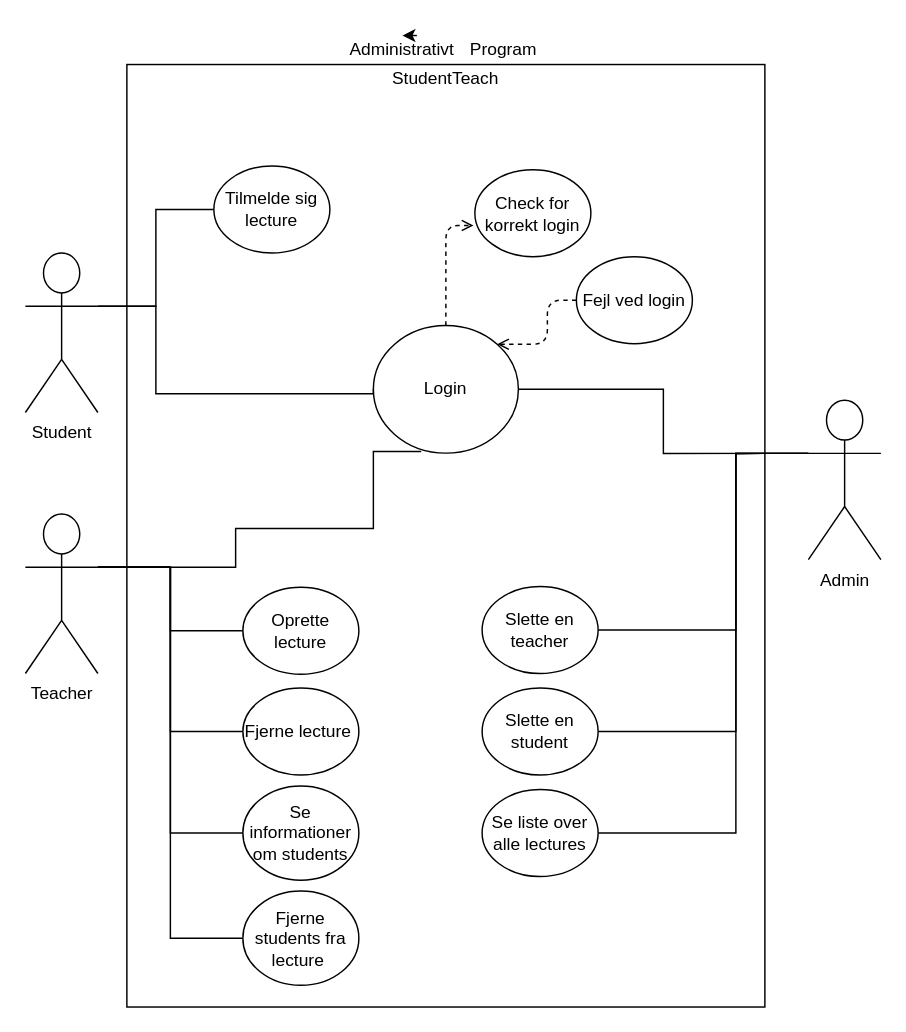
Earlier version of the draw.io diagram Andet/Use case diagram.drawio (Niklas107/Gruppeprojekt-1). Source tidied: cells renumbered, new cells numbered last; positions are measured from the earlier drawing's top-left corner, leaving out a move shared by most shapes. Both pictures are drawn from the tidied source at 145%, with x=0, y=0 at pixel (25, 35).
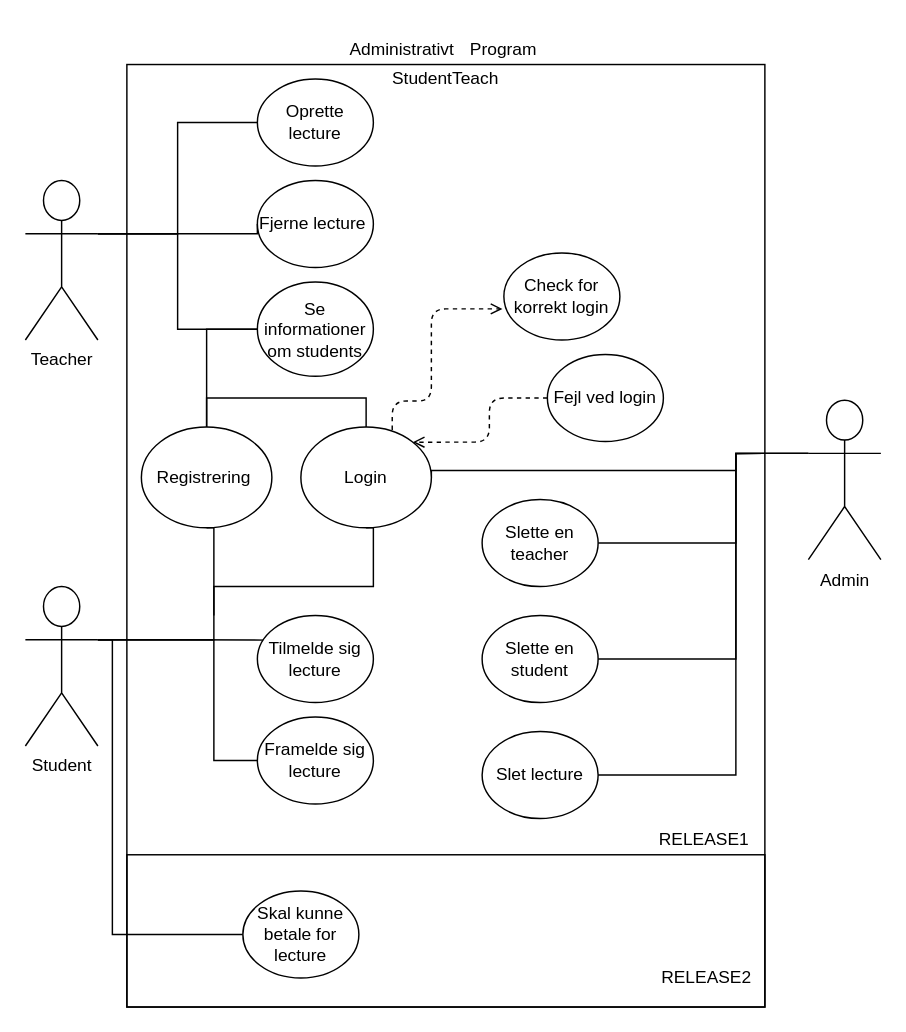
The same diagram, later.

The change refers to these unchanged cells:
```xml
<mxCell id="3" value="Administrativt" style="text;html=1;strokeColor=none;fillColor=none;align=center;verticalAlign=middle;whiteSpace=wrap;rounded=0;" parent="1" vertex="1">
  <mxGeometry x="240" width="40" height="20" as="geometry" />
</mxCell>
<mxCell id="20" value="Admin" style="shape=umlActor;verticalLabelPosition=bottom;labelBackgroundColor=#ffffff;verticalAlign=top;html=1;outlineConnect=0;" parent="1" vertex="1">
  <mxGeometry x="540" y="251.5" width="50" height="110" as="geometry" />
</mxCell>
```

What changed in the source:
```diff
@@
-    <mxCell id="6" style="edgeStyle=orthogonalEdgeStyle;rounded=0;orthogonalLoop=1;jettySize=auto;html=1;exitX=0.75;exitY=0;exitDx=0;exitDy=0;entryX=0.5;entryY=0;entryDx=0;entryDy=0;" parent="1" edge="1" source="3" target="3">
-      <mxGeometry relative="1" as="geometry" />
-    </mxCell>
-    <mxCell id="7" style="edgeStyle=orthogonalEdgeStyle;rounded=0;jettySize=auto;html=1;exitX=1;exitY=0.3333333333333333;exitDx=0;exitDy=0;exitPerimeter=0;endArrow=none;endFill=0;entryX=0;entryY=0.5;entryDx=0;entryDy=0;" parent="1" edge="1" source="9" target="22">
-      <mxGeometry relative="1" as="geometry">
-        <Array as="points">
-          <mxPoint x="90" y="187" />
-          <mxPoint x="90" y="247" />
-        </Array>
-      </mxGeometry>
-    </mxCell>
-    <mxCell id="8" style="edgeStyle=orthogonalEdgeStyle;rounded=0;jettySize=auto;html=1;exitX=1;exitY=0.3333333333333333;exitDx=0;exitDy=0;exitPerimeter=0;entryX=0;entryY=0.5;entryDx=0;entryDy=0;endArrow=none;endFill=0;" parent="1" edge="1" source="9" target="23">
+    <mxCell id="8" style="edgeStyle=orthogonalEdgeStyle;rounded=0;jettySize=auto;html=1;exitX=1;exitY=0.3333333333333333;exitDx=0;exitDy=0;exitPerimeter=0;entryX=0.075;entryY=0.283;entryDx=0;entryDy=0;endArrow=none;endFill=0;strokeColor=#000000;entryPerimeter=0;" parent="1" edge="1" source="9" target="23">
       <mxGeometry relative="1" as="geometry" />
     </mxCell>
+    <mxCell id="34" style="edgeStyle=orthogonalEdgeStyle;rounded=0;jettySize=auto;html=1;exitX=1;exitY=0.3333333333333333;exitDx=0;exitDy=0;exitPerimeter=0;entryX=0;entryY=0.5;entryDx=0;entryDy=0;endArrow=none;endFill=0;strokeColor=#000000;" parent="1" edge="1" source="9" target="42">
+      <mxGeometry relative="1" as="geometry">
+        <Array as="points">
+          <mxPoint x="130" y="417" />
+          <mxPoint x="130" y="500" />
+        </Array>
+      </mxGeometry>
+    </mxCell>
+    <mxCell id="35" style="edgeStyle=orthogonalEdgeStyle;rounded=0;jettySize=auto;html=1;exitX=1;exitY=0.3333333333333333;exitDx=0;exitDy=0;exitPerimeter=0;entryX=0;entryY=0.5;entryDx=0;entryDy=0;endArrow=none;endFill=0;strokeColor=#000000;" parent="1" edge="1" source="9" target="48">
+      <mxGeometry relative="1" as="geometry">
+        <Array as="points">
+          <mxPoint x="60" y="417" />
+          <mxPoint x="60" y="620" />
+        </Array>
+      </mxGeometry>
+    </mxCell>
     <mxCell id="9" value="Student" style="shape=umlActor;verticalLabelPosition=bottom;labelBackgroundColor=#ffffff;verticalAlign=top;html=1;outlineConnect=0;" parent="1" vertex="1">
-      <mxGeometry y="150" width="50" height="110" as="geometry" />
+      <mxGeometry y="380" width="50" height="110" as="geometry" />
     </mxCell>
-    <mxCell id="10" style="edgeStyle=orthogonalEdgeStyle;rounded=0;jettySize=auto;html=1;exitX=1;exitY=0.3333333333333333;exitDx=0;exitDy=0;exitPerimeter=0;entryX=0.33;entryY=0.988;entryDx=0;entryDy=0;endArrow=none;endFill=0;entryPerimeter=0;" parent="1" edge="1" source="15" target="22">
-      <mxGeometry relative="1" as="geometry">
-        <Array as="points">
-          <mxPoint x="145" y="367" />
-          <mxPoint x="145" y="340" />
-          <mxPoint x="240" y="340" />
-          <mxPoint x="240" y="287" />
-        </Array>
-      </mxGeometry>
-    </mxCell>
-    <mxCell id="11" style="edgeStyle=orthogonalEdgeStyle;rounded=0;jettySize=auto;html=1;exitX=1;exitY=0.3333333333333333;exitDx=0;exitDy=0;exitPerimeter=0;entryX=0;entryY=0.5;entryDx=0;entryDy=0;endArrow=none;endFill=0;" parent="1" edge="1" source="15" target="24">
-      <mxGeometry relative="1" as="geometry" />
-    </mxCell>
-    <mxCell id="12" style="edgeStyle=orthogonalEdgeStyle;rounded=0;jettySize=auto;html=1;exitX=1;exitY=0.3333333333333333;exitDx=0;exitDy=0;exitPerimeter=0;entryX=0;entryY=0.5;entryDx=0;entryDy=0;endArrow=none;endFill=0;" parent="1" edge="1" source="15" target="25">
-      <mxGeometry relative="1" as="geometry" />
-    </mxCell>
-    <mxCell id="13" style="edgeStyle=orthogonalEdgeStyle;rounded=0;jettySize=auto;html=1;exitX=1;exitY=0.3333333333333333;exitDx=0;exitDy=0;exitPerimeter=0;entryX=0;entryY=0.5;entryDx=0;entryDy=0;endArrow=none;endFill=0;" parent="1" edge="1" source="15" target="28">
-      <mxGeometry relative="1" as="geometry" />
-    </mxCell>
-    <mxCell id="14" style="edgeStyle=orthogonalEdgeStyle;rounded=0;jettySize=auto;html=1;exitX=1;exitY=0.3333333333333333;exitDx=0;exitDy=0;exitPerimeter=0;entryX=0;entryY=0.5;entryDx=0;entryDy=0;endArrow=none;endFill=0;" parent="1" edge="1" source="15" target="27">
-      <mxGeometry relative="1" as="geometry" />
-    </mxCell>
     <mxCell id="15" value="Teacher" style="shape=umlActor;verticalLabelPosition=bottom;labelBackgroundColor=#ffffff;verticalAlign=top;html=1;outlineConnect=0;" parent="1" vertex="1">
-      <mxGeometry y="330" width="50" height="110" as="geometry" />
+      <mxGeometry y="100" width="50" height="110" as="geometry" />
     </mxCell>
-    <mxCell id="16" style="edgeStyle=orthogonalEdgeStyle;rounded=0;jettySize=auto;html=1;exitX=0;exitY=0.3333333333333333;exitDx=0;exitDy=0;exitPerimeter=0;entryX=1;entryY=0.5;entryDx=0;entryDy=0;endArrow=none;endFill=0;" parent="1" edge="1" source="20" target="22">
-      <mxGeometry relative="1" as="geometry" />
-    </mxCell>
     <mxCell id="17" style="edgeStyle=orthogonalEdgeStyle;rounded=0;jettySize=auto;html=1;exitX=0;exitY=0.3333333333333333;exitDx=0;exitDy=0;exitPerimeter=0;entryX=1;entryY=0.5;entryDx=0;entryDy=0;endArrow=none;endFill=0;" parent="1" edge="1" source="20" target="26">
       <mxGeometry relative="1" as="geometry">
         <Array as="points">
           <mxPoint x="490" y="288" />
-          <mxPoint x="490" y="410" />
+          <mxPoint x="490" y="350" />
         </Array>
       </mxGeometry>
     </mxCell>
     <mxCell id="18" style="edgeStyle=orthogonalEdgeStyle;rounded=0;jettySize=auto;html=1;exitX=0;exitY=0.3333333333333333;exitDx=0;exitDy=0;exitPerimeter=0;entryX=1;entryY=0.5;entryDx=0;entryDy=0;endArrow=none;endFill=0;" parent="1" edge="1" source="20" target="29">
       <mxGeometry relative="1" as="geometry">
         <Array as="points">
           <mxPoint x="490" y="288" />
-          <mxPoint x="490" y="480" />
+          <mxPoint x="490" y="430" />
         </Array>
       </mxGeometry>
     </mxCell>
     <mxCell id="19" style="edgeStyle=orthogonalEdgeStyle;rounded=0;jettySize=auto;html=1;exitX=0;exitY=0.3333333333333333;exitDx=0;exitDy=0;exitPerimeter=0;entryX=1;entryY=0.5;entryDx=0;entryDy=0;endArrow=none;endFill=0;" parent="1" edge="1" source="20" target="30">
       <mxGeometry relative="1" as="geometry">
         <Array as="points">
           <mxPoint x="490" y="288" />
-          <mxPoint x="490" y="550" />
+          <mxPoint x="490" y="510" />
         </Array>
       </mxGeometry>
     </mxCell>
@@
-    <mxCell id="21" style="edgeStyle=orthogonalEdgeStyle;jettySize=auto;html=1;exitX=0.5;exitY=0;exitDx=0;exitDy=0;entryX=-0.012;entryY=0.642;entryDx=0;entryDy=0;entryPerimeter=0;endArrow=open;endFill=0;strokeColor=#000000;rounded=1;dashed=1;" parent="1" edge="1" source="22" target="31">
-      <mxGeometry relative="1" as="geometry" />
+    <mxCell id="21" style="edgeStyle=orthogonalEdgeStyle;jettySize=auto;html=1;exitX=0.7;exitY=0.029;exitDx=0;exitDy=0;entryX=-0.012;entryY=0.642;entryDx=0;entryDy=0;entryPerimeter=0;endArrow=open;endFill=0;strokeColor=#000000;rounded=1;dashed=1;exitPerimeter=0;" parent="1" edge="1" source="22" target="31">
+      <mxGeometry relative="1" as="geometry">
+        <Array as="points">
+          <mxPoint x="253" y="252" />
+          <mxPoint x="280" y="252" />
+          <mxPoint x="280" y="189" />
+        </Array>
+      </mxGeometry>
     </mxCell>
+    <mxCell id="36" style="edgeStyle=orthogonalEdgeStyle;rounded=0;jettySize=auto;html=1;exitX=1;exitY=0.5;exitDx=0;exitDy=0;endArrow=none;endFill=0;strokeColor=#000000;" parent="1" edge="1" source="22">
+      <mxGeometry relative="1" as="geometry">
+        <mxPoint x="490" y="290" as="targetPoint" />
+        <Array as="points">
+          <mxPoint x="280" y="300" />
+          <mxPoint x="490" y="300" />
+        </Array>
+      </mxGeometry>
+    </mxCell>
+    <mxCell id="37" style="edgeStyle=orthogonalEdgeStyle;rounded=0;jettySize=auto;html=1;exitX=0.5;exitY=1;exitDx=0;exitDy=0;entryX=1;entryY=0.3333333333333333;entryDx=0;entryDy=0;entryPerimeter=0;endArrow=none;endFill=0;strokeColor=#000000;" parent="1" edge="1" source="22" target="9">
+      <mxGeometry relative="1" as="geometry">
+        <Array as="points">
+          <mxPoint x="240" y="380" />
+          <mxPoint x="130" y="380" />
+          <mxPoint x="130" y="417" />
+        </Array>
+      </mxGeometry>
+    </mxCell>
+    <mxCell id="38" style="edgeStyle=orthogonalEdgeStyle;rounded=0;jettySize=auto;html=1;exitX=0.5;exitY=0;exitDx=0;exitDy=0;entryX=0.5;entryY=0;entryDx=0;entryDy=0;endArrow=none;endFill=0;strokeColor=#000000;" parent="1" edge="1" source="22" target="45">
+      <mxGeometry relative="1" as="geometry" />
+    </mxCell>
     <mxCell id="22" value="Login" style="ellipse;whiteSpace=wrap;html=1;" parent="1" vertex="1">
-      <mxGeometry x="240" y="200" width="100" height="88" as="geometry" />
+      <mxGeometry x="190" y="270" width="90" height="69.5" as="geometry" />
     </mxCell>
     <mxCell id="23" value="Tilmelde sig lecture" style="ellipse;whiteSpace=wrap;html=1;" parent="1" vertex="1">
-      <mxGeometry x="130" y="90" width="80" height="60" as="geometry" />
+      <mxGeometry x="160" y="400" width="80" height="60" as="geometry" />
     </mxCell>
+    <mxCell id="39" style="edgeStyle=orthogonalEdgeStyle;rounded=0;jettySize=auto;html=1;exitX=0;exitY=0.5;exitDx=0;exitDy=0;entryX=1;entryY=0.3333333333333333;entryDx=0;entryDy=0;entryPerimeter=0;endArrow=none;endFill=0;strokeColor=#000000;" parent="1" edge="1" source="24" target="15">
+      <mxGeometry relative="1" as="geometry" />
+    </mxCell>
     <mxCell id="24" value="Oprette lecture" style="ellipse;whiteSpace=wrap;html=1;" parent="1" vertex="1">
-      <mxGeometry x="150" y="380.5" width="80" height="60" as="geometry" />
+      <mxGeometry x="160" y="30" width="80" height="60" as="geometry" />
     </mxCell>
+    <mxCell id="40" style="edgeStyle=orthogonalEdgeStyle;rounded=0;jettySize=auto;html=1;exitX=0;exitY=0.5;exitDx=0;exitDy=0;entryX=1;entryY=0.3333333333333333;entryDx=0;entryDy=0;entryPerimeter=0;endArrow=none;endFill=0;strokeColor=#000000;" parent="1" edge="1" source="25" target="15">
+      <mxGeometry relative="1" as="geometry">
+        <Array as="points">
+          <mxPoint x="160" y="137" />
+        </Array>
+      </mxGeometry>
+    </mxCell>
     <mxCell id="25" value="Fjerne lecture&amp;nbsp;" style="ellipse;whiteSpace=wrap;html=1;" parent="1" vertex="1">
-      <mxGeometry x="150" y="450" width="80" height="60" as="geometry" />
+      <mxGeometry x="160" y="100" width="80" height="60" as="geometry" />
     </mxCell>
     <mxCell id="26" value="Slette en teacher&lt;br&gt;" style="ellipse;whiteSpace=wrap;html=1;" parent="1" vertex="1">
-      <mxGeometry x="315" y="380" width="80" height="60" as="geometry" />
+      <mxGeometry x="315" y="320" width="80" height="60" as="geometry" />
     </mxCell>
-    <mxCell id="27" value="Fjerne students fra lecture&amp;nbsp;" style="ellipse;whiteSpace=wrap;html=1;" parent="1" vertex="1">
-      <mxGeometry x="150" y="590" width="80" height="65" as="geometry" />
-    </mxCell>
+    <mxCell id="41" style="edgeStyle=orthogonalEdgeStyle;rounded=0;jettySize=auto;html=1;exitX=0;exitY=0.5;exitDx=0;exitDy=0;entryX=1;entryY=0.3333333333333333;entryDx=0;entryDy=0;entryPerimeter=0;endArrow=none;endFill=0;strokeColor=#000000;" parent="1" edge="1" source="28" target="15">
+      <mxGeometry relative="1" as="geometry" />
+    </mxCell>
     <mxCell id="28" value="Se informationer om students" style="ellipse;whiteSpace=wrap;html=1;" parent="1" vertex="1">
-      <mxGeometry x="150" y="517.5" width="80" height="65" as="geometry" />
+      <mxGeometry x="160" y="170" width="80" height="65" as="geometry" />
     </mxCell>
     <mxCell id="29" value="Slette en student&lt;br&gt;" style="ellipse;whiteSpace=wrap;html=1;" parent="1" vertex="1">
-      <mxGeometry x="315" y="450" width="80" height="60" as="geometry" />
+      <mxGeometry x="315" y="400" width="80" height="60" as="geometry" />
     </mxCell>
-    <mxCell id="30" value="Se liste over alle lectures" style="ellipse;whiteSpace=wrap;html=1;" parent="1" vertex="1">
-      <mxGeometry x="315" y="520" width="80" height="60" as="geometry" />
+    <mxCell id="30" value="Slet lecture" style="ellipse;whiteSpace=wrap;html=1;" parent="1" vertex="1">
+      <mxGeometry x="315" y="480" width="80" height="60" as="geometry" />
     </mxCell>
     <mxCell id="31" value="Check for korrekt login" style="ellipse;whiteSpace=wrap;html=1;" parent="1" vertex="1">
-      <mxGeometry x="310" y="92.5" width="80" height="60" as="geometry" />
+      <mxGeometry x="330" y="150" width="80" height="60" as="geometry" />
     </mxCell>
@@
     <mxCell id="33" value="Fejl ved login" style="ellipse;whiteSpace=wrap;html=1;" parent="1" vertex="1">
-      <mxGeometry x="380" y="152.5" width="80" height="60" as="geometry" />
+      <mxGeometry x="360" y="220" width="80" height="60" as="geometry" />
     </mxCell>
+    <mxCell id="42" value="Framelde sig lecture" style="ellipse;whiteSpace=wrap;html=1;" parent="1" vertex="1">
+      <mxGeometry x="160" y="470" width="80" height="60" as="geometry" />
+    </mxCell>
+    <mxCell id="43" style="edgeStyle=orthogonalEdgeStyle;rounded=0;jettySize=auto;html=1;exitX=0.5;exitY=1;exitDx=0;exitDy=0;endArrow=none;endFill=0;strokeColor=#000000;" parent="1" edge="1" source="45">
+      <mxGeometry relative="1" as="geometry">
+        <mxPoint x="130" y="400" as="targetPoint" />
+        <Array as="points">
+          <mxPoint x="130" y="340" />
+        </Array>
+      </mxGeometry>
+    </mxCell>
+    <mxCell id="44" style="edgeStyle=orthogonalEdgeStyle;rounded=0;jettySize=auto;html=1;exitX=0.5;exitY=0;exitDx=0;exitDy=0;entryX=0;entryY=0.5;entryDx=0;entryDy=0;endArrow=none;endFill=0;strokeColor=#000000;" parent="1" edge="1" source="45" target="28">
+      <mxGeometry relative="1" as="geometry" />
+    </mxCell>
+    <mxCell id="45" value="Registrering&amp;nbsp;" style="ellipse;whiteSpace=wrap;html=1;" parent="1" vertex="1">
+      <mxGeometry x="80" y="270" width="90" height="69.5" as="geometry" />
+    </mxCell>
+    <mxCell id="46" value="RELEASE1&amp;nbsp;" style="text;html=1;strokeColor=none;fillColor=none;align=center;verticalAlign=middle;whiteSpace=wrap;rounded=0;" parent="1" vertex="1">
+      <mxGeometry x="450" y="545" width="40" height="20" as="geometry" />
+    </mxCell>
+    <mxCell id="47" value="RELEASE2" style="text;html=1;strokeColor=none;fillColor=none;align=center;verticalAlign=middle;whiteSpace=wrap;rounded=0;" parent="1" vertex="1">
+      <mxGeometry x="450" y="640" width="40" height="20" as="geometry" />
+    </mxCell>
+    <mxCell id="48" value="Skal kunne betale for lecture" style="ellipse;whiteSpace=wrap;html=1;" parent="1" vertex="1">
+      <mxGeometry x="150" y="590" width="80" height="60" as="geometry" />
+    </mxCell>
+    <mxCell id="49" style="rounded=0;whiteSpace=wrap;html=1;gradientColor=#ffffff;fillColor=none;" parent="1" vertex="1">
+      <mxGeometry x="70" y="565" width="440" height="105" as="geometry" />
+    </mxCell>
```
